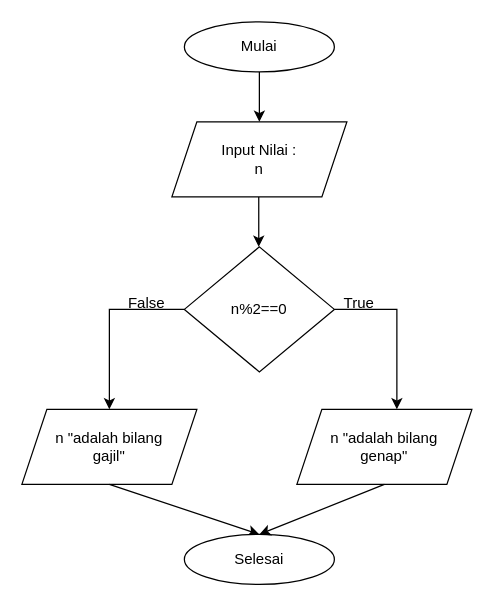
Earlier version of the draw.io diagram Menetukan ganjil genap.drawio (rapf10/Algo_C_23241108). Source tidied: cells renumbered, new cells numbered last; positions are measured from the earlier drawing's top-left corner, leaving out a move shared by most shapes. Both pictures are drawn from the tidied source at 125%, with x=0, y=0 at pixel (21, 21).
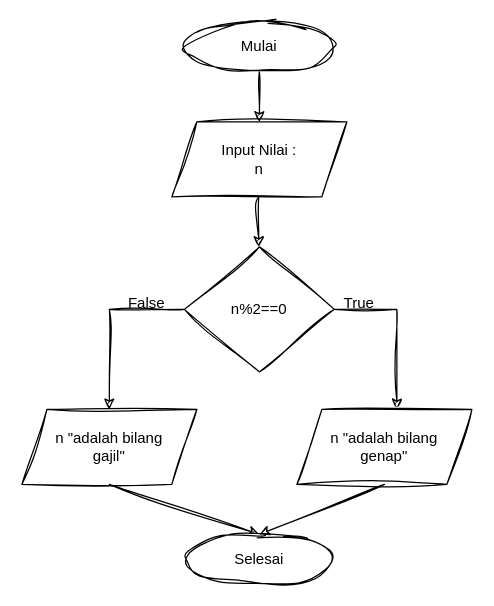
The same page after the edit.

Change to the diagram source:
```diff
@@
-    <mxCell id="2" value="Mulai" style="ellipse;whiteSpace=wrap;html=1;" parent="1" vertex="1">
+    <mxCell id="2" value="Mulai" style="ellipse;whiteSpace=wrap;html=1;sketch=1;curveFitting=1;jiggle=2;labelBackgroundColor=none;" parent="1" vertex="1">
       <mxGeometry x="130" width="120" height="40" as="geometry" />
     </mxCell>
-    <mxCell id="3" style="endArrow=classic;html=1;rounded=0;" parent="1" edge="1" target="4">
+    <mxCell id="3" style="endArrow=classic;html=1;rounded=0;sketch=1;curveFitting=1;jiggle=2;labelBackgroundColor=none;fontColor=default;" parent="1" edge="1" target="4">
       <mxGeometry relative="1" as="geometry">
         <mxPoint x="190" y="40" as="sourcePoint" />
       </mxGeometry>
     </mxCell>
-    <mxCell id="4" value="Input Nilai&amp;nbsp;:&lt;br&gt;n" style="shape=parallelogram;perimeter=parallelogramPerimeter;whiteSpace=wrap;html=1;fixedSize=1;" parent="1" vertex="1">
+    <mxCell id="4" value="Input Nilai&amp;nbsp;:&lt;br&gt;n" style="shape=parallelogram;perimeter=parallelogramPerimeter;whiteSpace=wrap;html=1;fixedSize=1;sketch=1;curveFitting=1;jiggle=2;labelBackgroundColor=none;" parent="1" vertex="1">
       <mxGeometry x="120" y="80" width="140" height="60" as="geometry" />
     </mxCell>
-    <mxCell id="5" style="endArrow=classic;html=1;rounded=0;" parent="1" edge="1">
+    <mxCell id="5" style="endArrow=classic;html=1;rounded=0;sketch=1;curveFitting=1;jiggle=2;labelBackgroundColor=none;fontColor=default;" parent="1" edge="1">
       <mxGeometry relative="1" as="geometry">
         <mxPoint x="189.5" y="140" as="sourcePoint" />
         <mxPoint x="189.5" y="180" as="targetPoint" />
       </mxGeometry>
     </mxCell>
-    <mxCell id="6" value="n%2==0" style="rhombus;whiteSpace=wrap;html=1;" parent="1" vertex="1">
+    <mxCell id="6" value="n%2==0" style="rhombus;whiteSpace=wrap;html=1;sketch=1;curveFitting=1;jiggle=2;labelBackgroundColor=none;" parent="1" vertex="1">
       <mxGeometry x="130" y="180" width="120" height="100" as="geometry" />
     </mxCell>
-    <mxCell id="7" style="endArrow=classic;html=1;rounded=0;" parent="1" edge="1">
+    <mxCell id="7" style="endArrow=classic;html=1;rounded=0;sketch=1;curveFitting=1;jiggle=2;labelBackgroundColor=none;fontColor=default;" parent="1" edge="1">
       <mxGeometry relative="1" as="geometry">
         <mxPoint x="130" y="230" as="sourcePoint" />
         <mxPoint x="70" y="310" as="targetPoint" />
         <Array as="points">
           <mxPoint x="70" y="230" />
         </Array>
       </mxGeometry>
     </mxCell>
-    <mxCell id="8" style="endArrow=classic;html=1;rounded=0;" parent="1" edge="1" source="6">
+    <mxCell id="8" style="endArrow=classic;html=1;rounded=0;sketch=1;curveFitting=1;jiggle=2;labelBackgroundColor=none;fontColor=default;" parent="1" edge="1" source="6">
       <mxGeometry relative="1" as="geometry">
         <mxPoint x="300" y="310" as="targetPoint" />
         <Array as="points">
           <mxPoint x="300" y="230" />
         </Array>
       </mxGeometry>
     </mxCell>
-    <mxCell id="9" value="n &quot;adalah bilang &lt;br&gt;gajil&quot;" style="shape=parallelogram;perimeter=parallelogramPerimeter;whiteSpace=wrap;html=1;fixedSize=1;" parent="1" vertex="1">
+    <mxCell id="9" value="n &quot;adalah bilang &lt;br&gt;gajil&quot;" style="shape=parallelogram;perimeter=parallelogramPerimeter;whiteSpace=wrap;html=1;fixedSize=1;sketch=1;curveFitting=1;jiggle=2;labelBackgroundColor=none;" parent="1" vertex="1">
       <mxGeometry y="310" width="140" height="60" as="geometry" />
     </mxCell>
-    <mxCell id="10" value="n &quot;adalah bilang &lt;br&gt;genap&quot;" style="shape=parallelogram;perimeter=parallelogramPerimeter;whiteSpace=wrap;html=1;fixedSize=1;" parent="1" vertex="1">
+    <mxCell id="10" value="n &quot;adalah bilang &lt;br&gt;genap&quot;" style="shape=parallelogram;perimeter=parallelogramPerimeter;whiteSpace=wrap;html=1;fixedSize=1;sketch=1;curveFitting=1;jiggle=2;labelBackgroundColor=none;" parent="1" vertex="1">
       <mxGeometry x="220" y="310" width="140" height="60" as="geometry" />
     </mxCell>
-    <mxCell id="11" style="endArrow=classic;html=1;rounded=0;entryX=0.5;entryY=0;entryDx=0;entryDy=0;" parent="1" edge="1" target="12">
+    <mxCell id="11" style="endArrow=classic;html=1;rounded=0;entryX=0.5;entryY=0;entryDx=0;entryDy=0;sketch=1;curveFitting=1;jiggle=2;labelBackgroundColor=none;fontColor=default;" parent="1" edge="1" target="12">
       <mxGeometry relative="1" as="geometry">
         <mxPoint x="70" y="370" as="sourcePoint" />
       </mxGeometry>
     </mxCell>
-    <mxCell id="12" value="Selesai" style="ellipse;whiteSpace=wrap;html=1;" parent="1" vertex="1">
+    <mxCell id="12" value="Selesai" style="ellipse;whiteSpace=wrap;html=1;sketch=1;curveFitting=1;jiggle=2;labelBackgroundColor=none;" parent="1" vertex="1">
       <mxGeometry x="130" y="410" width="120" height="40" as="geometry" />
     </mxCell>
-    <mxCell id="13" style="endArrow=classic;html=1;rounded=0;entryX=0.5;entryY=0;entryDx=0;entryDy=0;exitX=0.5;exitY=1;exitDx=0;exitDy=0;" parent="1" edge="1" source="10" target="12">
+    <mxCell id="13" style="endArrow=classic;html=1;rounded=0;entryX=0.5;entryY=0;entryDx=0;entryDy=0;exitX=0.5;exitY=1;exitDx=0;exitDy=0;sketch=1;curveFitting=1;jiggle=2;labelBackgroundColor=none;fontColor=default;" parent="1" edge="1" source="10" target="12">
       <mxGeometry relative="1" as="geometry" />
     </mxCell>
-    <mxCell id="14" value="True" style="text;html=1;strokeColor=none;fillColor=none;align=center;verticalAlign=middle;whiteSpace=wrap;rounded=0;" parent="1" vertex="1">
+    <mxCell id="14" value="True" style="text;html=1;strokeColor=none;fillColor=none;align=center;verticalAlign=middle;whiteSpace=wrap;rounded=0;sketch=1;curveFitting=1;jiggle=2;labelBackgroundColor=none;" parent="1" vertex="1">
       <mxGeometry x="240" y="210" width="60" height="30" as="geometry" />
     </mxCell>
-    <mxCell id="15" value="False" style="text;html=1;strokeColor=none;fillColor=none;align=center;verticalAlign=middle;whiteSpace=wrap;rounded=0;" parent="1" vertex="1">
+    <mxCell id="15" value="False" style="text;html=1;strokeColor=none;fillColor=none;align=center;verticalAlign=middle;whiteSpace=wrap;rounded=0;sketch=1;curveFitting=1;jiggle=2;labelBackgroundColor=none;" parent="1" vertex="1">
       <mxGeometry x="70" y="210" width="60" height="30" as="geometry" />
     </mxCell>
```
